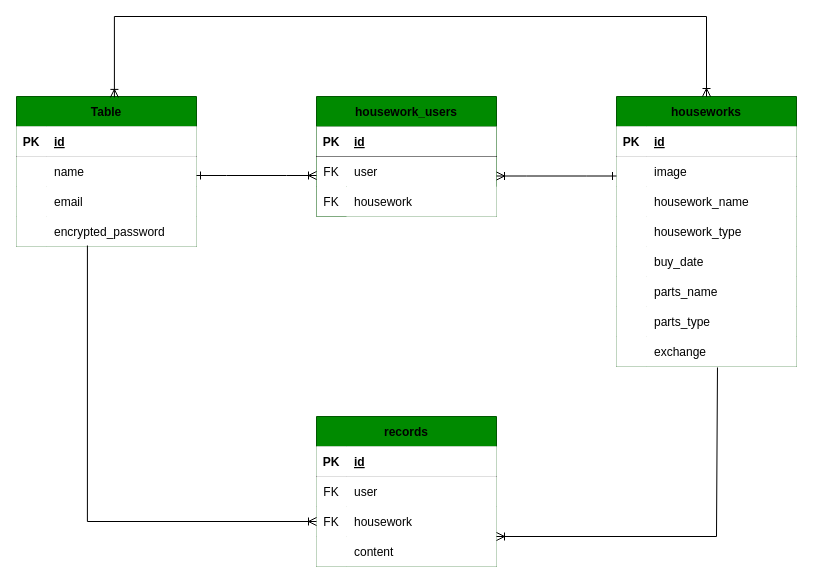
Earlier version of the draw.io diagram clean_note.dio (ikumi-taka/clean-note). Source tidied: cells renumbered, new cells numbered last; positions are measured from the earlier drawing's top-left corner, leaving out a move shared by most shapes. Both pictures are drawn from the tidied source at 100%, with x=0, y=0 at pixel (16, 16).
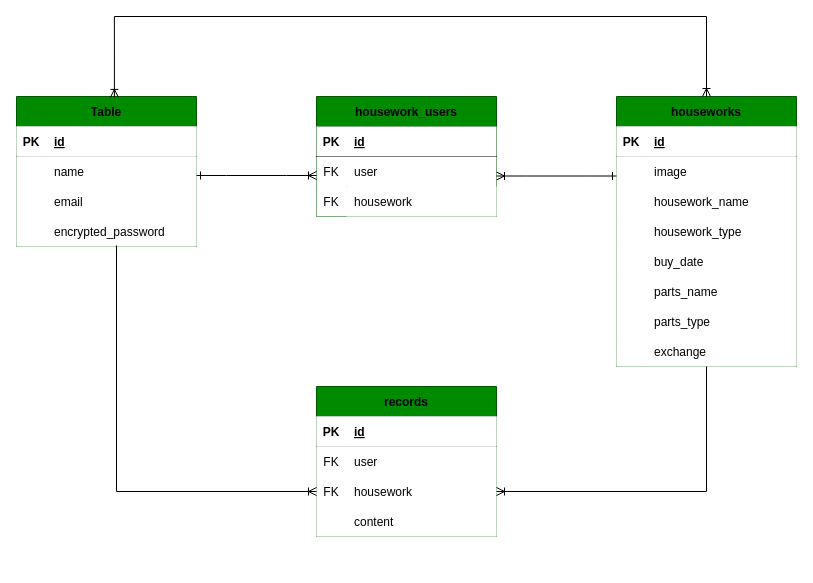
The same diagram, later.

Unchanged cells that the change refers to:
```xml
<mxCell id="19" style="shape=partialRectangle;fillColor=#FFFFFF;top=0;left=0;bottom=0;right=0;points=[[0,0.5],[1,0.5]];portConstraint=eastwest;rounded=0;fontColor=#000000;" parent="12" vertex="1">
  <mxGeometry y="90" width="180" height="30" as="geometry" />
</mxCell>
<mxCell id="47" style="shape=partialRectangle;fillColor=#FFFFFF;top=0;left=0;bottom=0;right=0;points=[[0,0.5],[1,0.5]];portConstraint=eastwest;rounded=0;fontColor=#000000;labelBackgroundColor=none;" parent="25" vertex="1">
  <mxGeometry y="240" width="180" height="30" as="geometry" />
</mxCell>
<mxCell id="60" style="shape=partialRectangle;fillColor=#FFFFFF;top=0;left=0;bottom=0;right=0;points=[[0,0.5],[1,0.5]];portConstraint=eastwest;rounded=0;" parent="50" vertex="1">
  <mxGeometry y="120" width="180" height="30" as="geometry" />
</mxCell>
```

What changed in the source:
```diff
@@
     <mxCell id="12" value="records" style="shape=table;startSize=30;childLayout=tableLayout;rowLines=0;fontStyle=1;align=center;fillColor=#008a00;fontColor=#000000;strokeColor=#005700;rounded=0;" parent="1" vertex="1">
-      <mxGeometry x="300" y="400" width="180" height="150" as="geometry" />
+      <mxGeometry x="300" y="370" width="180" height="150" as="geometry" />
     </mxCell>
@@
-    <mxCell id="66" style="edgeStyle=orthogonalEdgeStyle;fontSize=12;html=1;endArrow=ERoneToMany;endFill=0;rounded=0;exitX=0.394;exitY=0.967;exitDx=0;exitDy=0;exitPerimeter=0;" parent="1" edge="1" source="60">
+    <mxCell id="66" style="edgeStyle=orthogonalEdgeStyle;fontSize=12;html=1;endArrow=ERoneToMany;endFill=0;rounded=0;entryX=0;entryY=0.5;entryDx=0;entryDy=0;" parent="1" edge="1" target="19">
       <mxGeometry relative="1" as="geometry">
-        <mxPoint x="300" y="505" as="targetPoint" />
+        <mxPoint x="100" y="229" as="sourcePoint" />
         <Array as="points">
-          <mxPoint x="71" y="505" />
+          <mxPoint x="100" y="229" />
+          <mxPoint x="100" y="475" />
         </Array>
       </mxGeometry>
     </mxCell>
-    <mxCell id="67" style="edgeStyle=orthogonalEdgeStyle;fontSize=12;html=1;endArrow=ERoneToMany;rounded=0;exitX=0.561;exitY=1.033;exitDx=0;exitDy=0;exitPerimeter=0;" parent="1" edge="1" source="47">
+    <mxCell id="67" style="edgeStyle=orthogonalEdgeStyle;fontSize=12;html=1;endArrow=ERoneToMany;rounded=0;entryX=1;entryY=0.5;entryDx=0;entryDy=0;" parent="1" edge="1" target="19">
       <mxGeometry relative="1" as="geometry">
-        <mxPoint x="480" y="520" as="targetPoint" />
+        <mxPoint x="690" y="350" as="sourcePoint" />
         <Array as="points">
-          <mxPoint x="700" y="520" />
+          <mxPoint x="690" y="475" />
         </Array>
       </mxGeometry>
     </mxCell>
```
